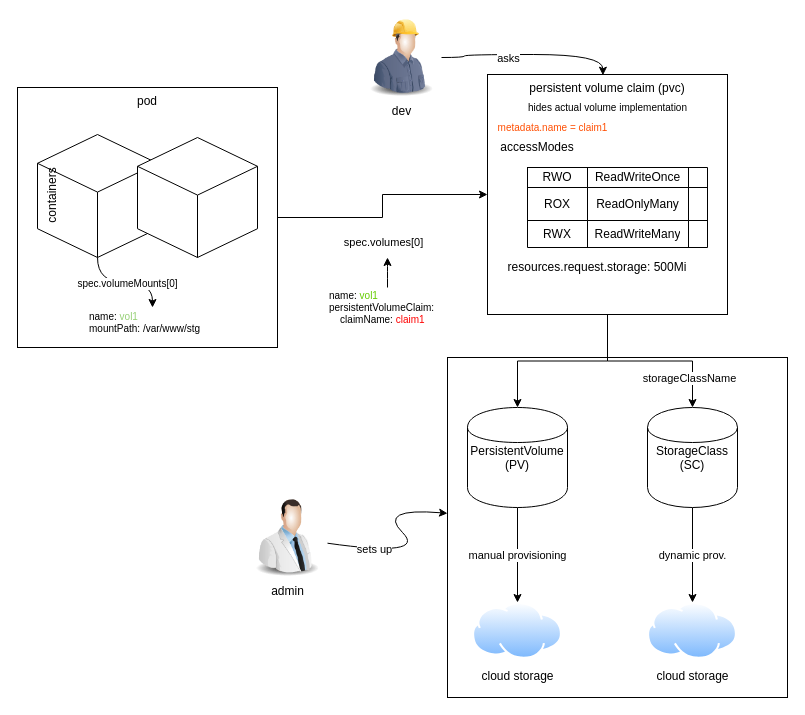
Earlier version of the draw.io diagram Untitled Diagram.drawio (jozsefDevs/jozsefDevs). Source tidied: cells renumbered, new cells numbered last; positions are measured from the earlier drawing's top-left corner, leaving out a move shared by most shapes. Both pictures are drawn from the tidied source at 100%, with x=0, y=0 at pixel (17, 17).
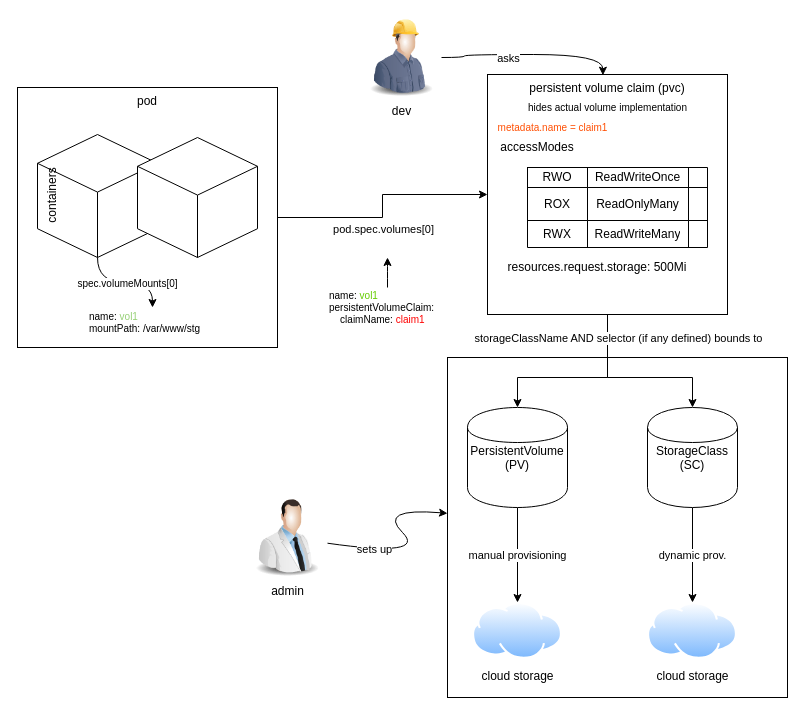
The same page after the edit.

The change refers to these unchanged cells:
```xml
<mxCell id="3" style="edgeStyle=orthogonalEdgeStyle;rounded=0;jettySize=auto;html=1;" parent="1" edge="1" source="5" target="13">
  <mxGeometry relative="1" as="geometry" />
</mxCell>
<mxCell id="13" value="persistent volume claim (pvc)" style="whiteSpace=wrap;html=1;verticalAlign=top;" parent="1" vertex="1">
  <mxGeometry x="470" y="57" width="240" height="240" as="geometry" />
</mxCell>
<mxCell id="30" value="PersistentVolume (PV)" style="shape=cylinder;whiteSpace=wrap;html=1;boundedLbl=1;backgroundOutline=1;verticalAlign=top;" parent="1" vertex="1">
  <mxGeometry x="450" y="390" width="100" height="100" as="geometry" />
</mxCell>
<mxCell id="32" value="StorageClass (SC)" style="shape=cylinder;whiteSpace=wrap;html=1;boundedLbl=1;backgroundOutline=1;verticalAlign=top;" parent="1" vertex="1">
  <mxGeometry x="630" y="390" width="90" height="100" as="geometry" />
</mxCell>
<mxCell id="43" value="name: &lt;font color=&quot;#66cc00&quot;&gt;vol1&lt;/font&gt;&lt;br&gt;persistentVolumeClaim:&lt;br&gt;&amp;nbsp; &amp;nbsp; claimName: &lt;font color=&quot;#ff0000&quot;&gt;claim1&lt;/font&gt;" style="text;html=1;align=left;verticalAlign=middle;points=[];fontSize=10;" parent="1" vertex="1">
  <mxGeometry x="310" y="270" width="120" height="40" as="geometry" />
</mxCell>
```

Change to the diagram source:
```diff
@@
-    <mxCell id="4" value="&lt;br&gt;spec.volumes[0]" style="edgeLabel;html=1;align=center;verticalAlign=top;" parent="3" vertex="1">
+    <mxCell id="4" value="pod.spec.volumes[0]" style="edgeLabel;html=1;align=center;verticalAlign=top;" parent="3" vertex="1">
       <mxGeometry x="-0.08" y="-1" relative="1" as="geometry">
         <mxPoint x="-1" y="1" as="offset" />
       </mxGeometry>
     </mxCell>
@@
     <mxCell id="10" style="edgeStyle=orthogonalEdgeStyle;rounded=0;jettySize=auto;html=1;" parent="1" edge="1" source="13" target="30">
-      <mxGeometry relative="1" as="geometry" />
+      <mxGeometry relative="1" as="geometry">
+        <Array as="points">
+          <mxPoint x="590" y="360" />
+          <mxPoint x="500" y="360" />
+        </Array>
+      </mxGeometry>
     </mxCell>
     <mxCell id="11" style="edgeStyle=orthogonalEdgeStyle;rounded=0;jettySize=auto;html=1;" parent="1" edge="1" source="13" target="32">
-      <mxGeometry relative="1" as="geometry" />
+      <mxGeometry relative="1" as="geometry">
+        <Array as="points">
+          <mxPoint x="590" y="360" />
+          <mxPoint x="675" y="360" />
+        </Array>
+      </mxGeometry>
     </mxCell>
-    <mxCell id="12" value="storageClassName" style="edgeLabel;html=1;align=center;verticalAlign=middle;" parent="11" vertex="1">
+    <mxCell id="12" value="storageClassName AND selector (if any defined) bounds to" style="edgeLabel;html=1;align=center;verticalAlign=middle;" parent="11" vertex="1">
       <mxGeometry x="0.44" y="-2" relative="1" as="geometry">
-        <mxPoint y="14.5" as="offset" />
+        <mxPoint x="-55" y="-42" as="offset" />
       </mxGeometry>
     </mxCell>
@@
     <mxCell id="42" style="edgeStyle=orthogonalEdgeStyle;curved=1;rounded=0;jettySize=auto;html=1;fontSize=10;" parent="1" edge="1" source="43">
       <mxGeometry relative="1" as="geometry">
         <mxPoint x="370" y="240" as="targetPoint" />
+        <Array as="points">
+          <mxPoint x="370" y="250" />
+          <mxPoint x="370" y="250" />
+        </Array>
       </mxGeometry>
     </mxCell>
```
